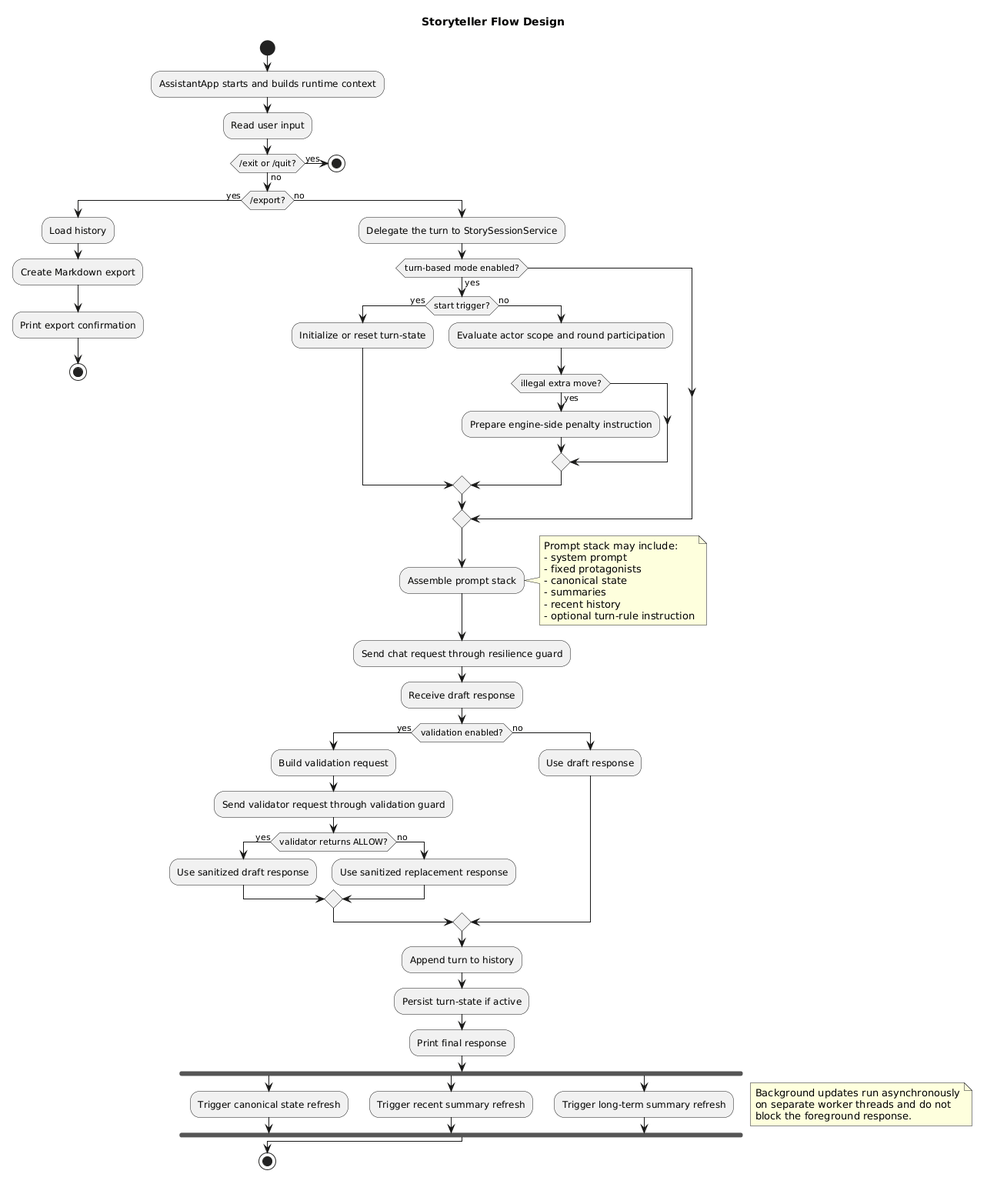
This is docs/architecture/02-storyteller-flow-design.png from jbrugman/Assistant, a PlantUML export, as it was before one commit.
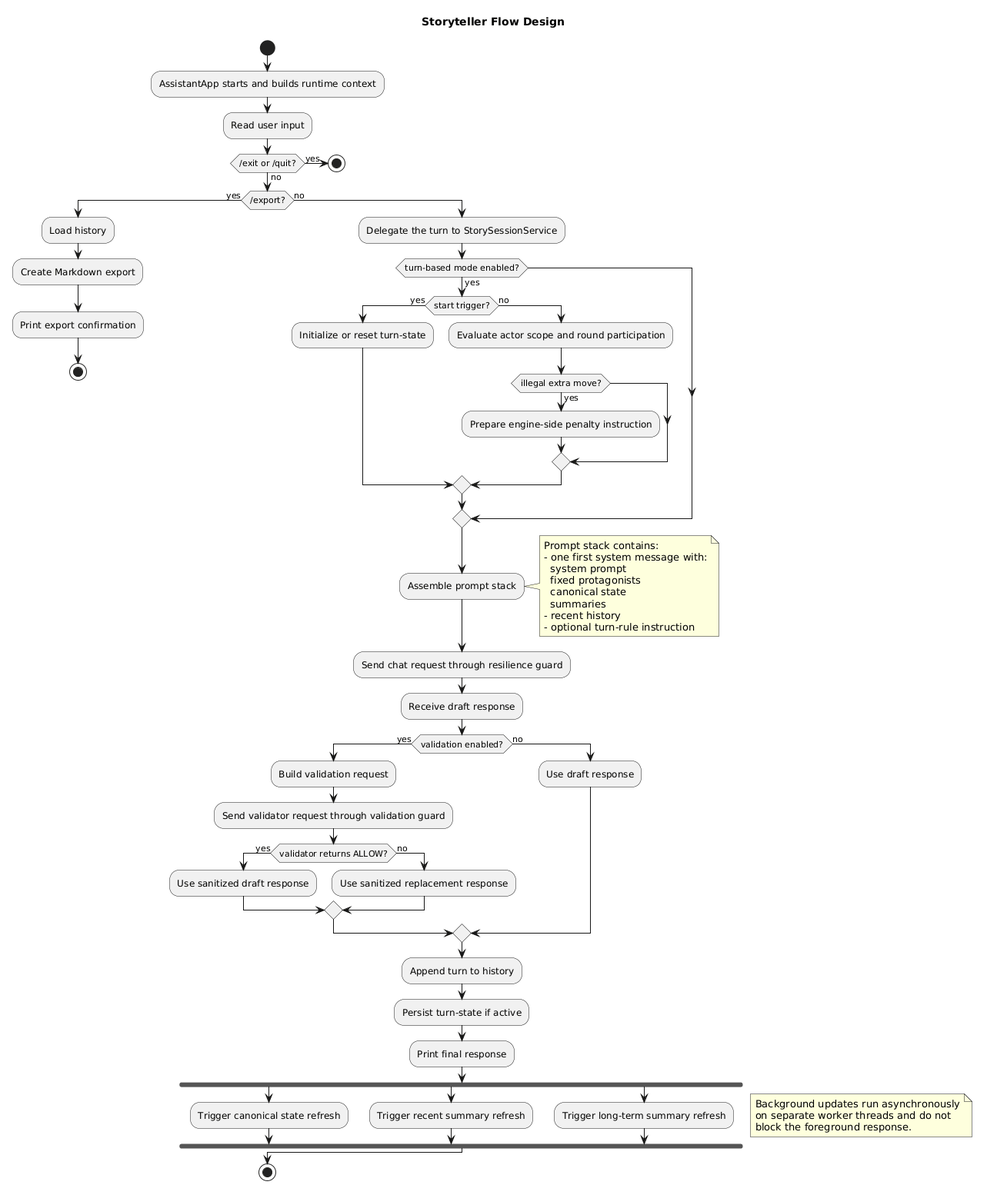
After the commit.

Commit message:
single-system-message layout

What changed in the source:
```diff
@@ -32,11 +32,12 @@
 
     :Assemble prompt stack;
     note right
-    Prompt stack may include:
-    - system prompt
-    - fixed protagonists
-    - canonical state
-    - summaries
+    Prompt stack contains:
+    - one first system message with:
+      system prompt
+      fixed protagonists
+      canonical state
+      summaries
     - recent history
     - optional turn-rule instruction
     end note
```
